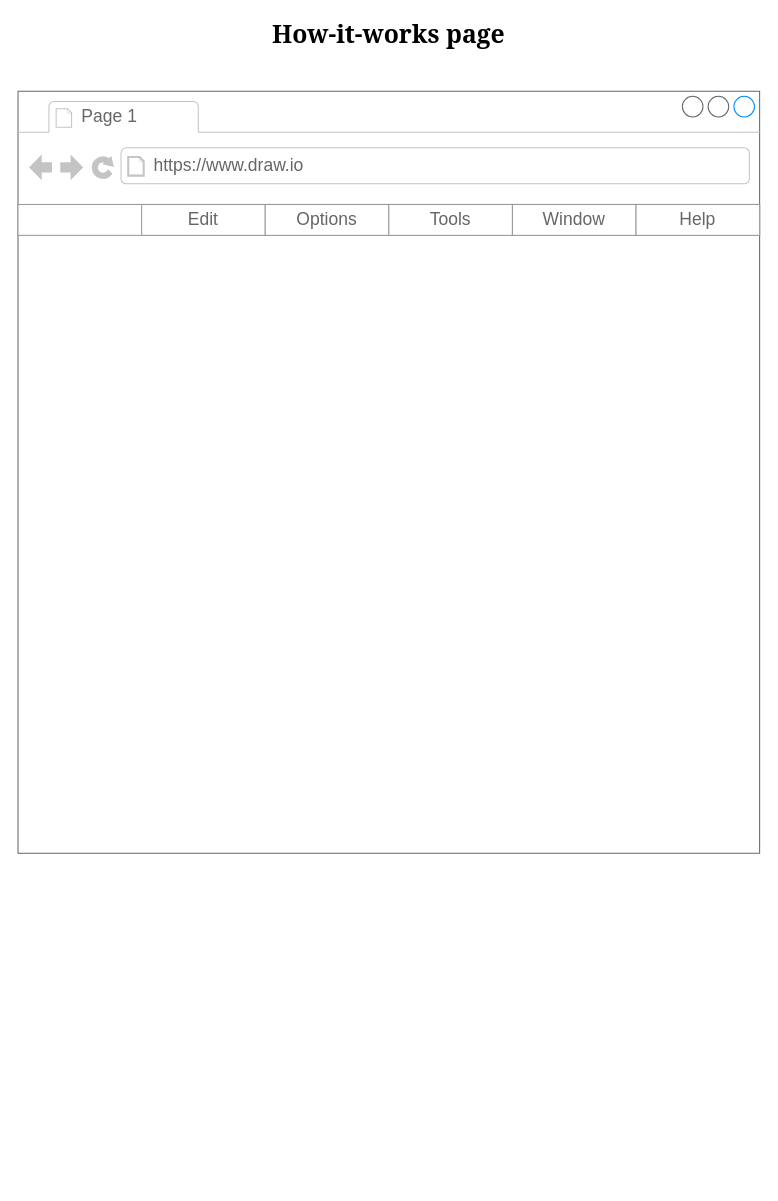
irina-sheveliova/CFG-Job-tracker keeps this draw.io diagram as page "How-it-works" (6 of 6) of Project_Homework/CFG JobFlow Diagram.drawio. Above is the earlier version. Source tidied: cells renumbered, new cells numbered last; positions are measured from the earlier drawing's top-left corner, leaving out a move shared by most shapes. Both pictures are drawn from the tidied source at 103%, with x=0, y=0 at pixel (18, 19).
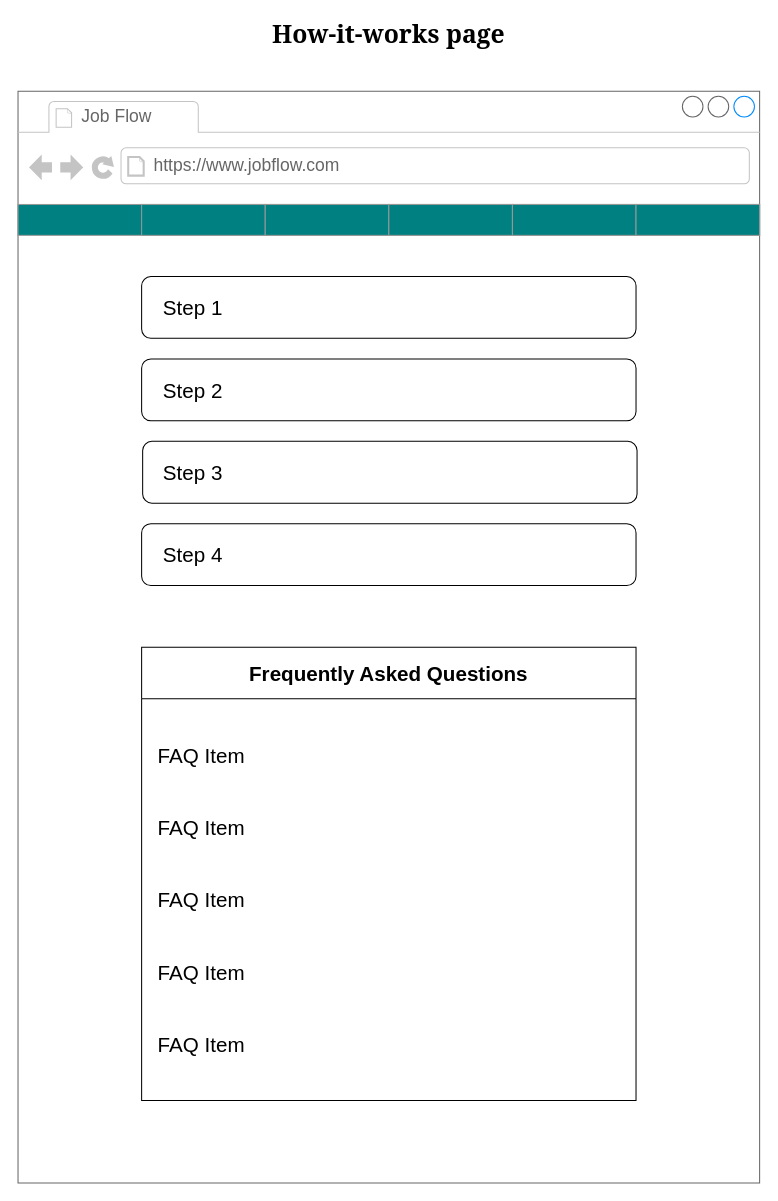
The same page after the edit.

The edit, as a diff of the source:
```diff
@@
     <mxCell id="2" style="strokeWidth=1;shadow=0;dashed=0;align=center;html=1;shape=mxgraph.mockup.containers.browserWindow;rSize=0;strokeColor=#666666;strokeColor2=#008cff;strokeColor3=#c4c4c4;mainText=,;" parent="1" vertex="1">
-      <mxGeometry y="70" width="720" height="740" as="geometry" />
+      <mxGeometry y="70" width="720" height="1060" as="geometry" />
     </mxCell>
-    <mxCell id="3" value="Page 1" style="strokeWidth=1;shadow=0;dashed=0;align=center;html=1;shape=mxgraph.mockup.containers.anchor;fontSize=17;fontColor=#666666;align=left;whiteSpace=wrap;" parent="2" vertex="1">
+    <mxCell id="3" value="Job Flow" style="strokeWidth=1;shadow=0;dashed=0;align=center;html=1;shape=mxgraph.mockup.containers.anchor;fontSize=17;fontColor=#666666;align=left;whiteSpace=wrap;" parent="2" vertex="1">
       <mxGeometry x="60" y="12" width="110" height="26" as="geometry" />
     </mxCell>
-    <mxCell id="4" value="https://www.draw.io" style="strokeWidth=1;shadow=0;dashed=0;align=center;html=1;shape=mxgraph.mockup.containers.anchor;rSize=0;fontSize=17;fontColor=#666666;align=left;" parent="2" vertex="1">
+    <mxCell id="4" value="https://www.jobflow.com" style="strokeWidth=1;shadow=0;dashed=0;align=center;html=1;shape=mxgraph.mockup.containers.anchor;rSize=0;fontSize=17;fontColor=#666666;align=left;" parent="2" vertex="1">
       <mxGeometry x="130" y="60" width="250" height="26" as="geometry" />
     </mxCell>
-    <mxCell id="5" style="strokeWidth=1;shadow=0;dashed=0;align=center;html=1;shape=mxgraph.mockup.forms.rrect;rSize=0;strokeColor=#999999;" parent="2" vertex="1">
+    <mxCell id="5" style="strokeWidth=1;shadow=0;dashed=0;align=center;html=1;shape=mxgraph.mockup.forms.rrect;rSize=0;strokeColor=#999999;fillColor=#008080;" parent="2" vertex="1">
       <mxGeometry y="110" width="720" height="30" as="geometry" />
     </mxCell>
-    <mxCell id="6" value="Edit" style="strokeColor=inherit;fillColor=inherit;gradientColor=inherit;strokeWidth=1;shadow=0;dashed=0;align=center;html=1;shape=mxgraph.mockup.forms.rrect;rSize=0;fontSize=17;fontColor=#666666;whiteSpace=wrap;" parent="5" vertex="1">
+    <mxCell id="6" style="strokeColor=inherit;fillColor=inherit;gradientColor=inherit;strokeWidth=1;shadow=0;dashed=0;align=center;html=1;shape=mxgraph.mockup.forms.rrect;rSize=0;fontSize=17;fontColor=#666666;whiteSpace=wrap;" parent="5" vertex="1">
       <mxGeometry x="120" width="120" height="30" as="geometry" />
     </mxCell>
-    <mxCell id="7" value="Options" style="strokeColor=inherit;fillColor=inherit;gradientColor=inherit;strokeWidth=1;shadow=0;dashed=0;align=center;html=1;shape=mxgraph.mockup.forms.rrect;rSize=0;fontSize=17;fontColor=#666666;whiteSpace=wrap;" parent="5" vertex="1">
+    <mxCell id="7" style="strokeColor=inherit;fillColor=inherit;gradientColor=inherit;strokeWidth=1;shadow=0;dashed=0;align=center;html=1;shape=mxgraph.mockup.forms.rrect;rSize=0;fontSize=17;fontColor=#666666;whiteSpace=wrap;" parent="5" vertex="1">
       <mxGeometry x="240" width="120" height="30" as="geometry" />
     </mxCell>
-    <mxCell id="8" value="Tools" style="strokeColor=inherit;fillColor=inherit;gradientColor=inherit;strokeWidth=1;shadow=0;dashed=0;align=center;html=1;shape=mxgraph.mockup.forms.rrect;rSize=0;fontSize=17;fontColor=#666666;whiteSpace=wrap;" parent="5" vertex="1">
+    <mxCell id="8" style="strokeColor=inherit;fillColor=inherit;gradientColor=inherit;strokeWidth=1;shadow=0;dashed=0;align=center;html=1;shape=mxgraph.mockup.forms.rrect;rSize=0;fontSize=17;fontColor=#666666;whiteSpace=wrap;" parent="5" vertex="1">
       <mxGeometry x="360" width="120" height="30" as="geometry" />
     </mxCell>
-    <mxCell id="9" value="Window" style="strokeColor=inherit;fillColor=inherit;gradientColor=inherit;strokeWidth=1;shadow=0;dashed=0;align=center;html=1;shape=mxgraph.mockup.forms.rrect;rSize=0;fontSize=17;fontColor=#666666;whiteSpace=wrap;" parent="5" vertex="1">
+    <mxCell id="9" style="strokeColor=inherit;fillColor=inherit;gradientColor=inherit;strokeWidth=1;shadow=0;dashed=0;align=center;html=1;shape=mxgraph.mockup.forms.rrect;rSize=0;fontSize=17;fontColor=#666666;whiteSpace=wrap;" parent="5" vertex="1">
       <mxGeometry x="480" width="120" height="30" as="geometry" />
     </mxCell>
-    <mxCell id="10" value="Help" style="strokeColor=inherit;fillColor=inherit;gradientColor=inherit;strokeWidth=1;shadow=0;dashed=0;align=center;html=1;shape=mxgraph.mockup.forms.rrect;rSize=0;fontSize=17;fontColor=#666666;whiteSpace=wrap;" parent="5" vertex="1">
+    <mxCell id="10" style="strokeColor=inherit;fillColor=inherit;gradientColor=inherit;strokeWidth=1;shadow=0;dashed=0;align=center;html=1;shape=mxgraph.mockup.forms.rrect;rSize=0;fontSize=17;fontColor=#666666;whiteSpace=wrap;" parent="5" vertex="1">
       <mxGeometry x="600" width="120" height="30" as="geometry" />
     </mxCell>
+    <mxCell id="12" style="rounded=1;whiteSpace=wrap;html=1;" parent="2" vertex="1">
+      <mxGeometry x="120" y="180" width="480" height="60" as="geometry" />
+    </mxCell>
+    <mxCell id="13" style="rounded=1;whiteSpace=wrap;html=1;" parent="2" vertex="1">
+      <mxGeometry x="120" y="260" width="480" height="60" as="geometry" />
+    </mxCell>
+    <mxCell id="14" style="rounded=1;whiteSpace=wrap;html=1;" parent="2" vertex="1">
+      <mxGeometry x="121" y="340" width="480" height="60" as="geometry" />
+    </mxCell>
+    <mxCell id="15" style="rounded=1;whiteSpace=wrap;html=1;" parent="2" vertex="1">
+      <mxGeometry x="120" y="420" width="480" height="60" as="geometry" />
+    </mxCell>
+    <mxCell id="16" value="Step 1" style="text;html=1;strokeColor=none;fillColor=none;align=center;verticalAlign=middle;whiteSpace=wrap;rounded=0;fontSize=20;" parent="2" vertex="1">
+      <mxGeometry x="140" y="195" width="60" height="30" as="geometry" />
+    </mxCell>
+    <mxCell id="17" value="&lt;font style=&quot;font-size: 20px;&quot;&gt;Step 2&lt;/font&gt;" style="text;html=1;strokeColor=none;fillColor=none;align=center;verticalAlign=middle;whiteSpace=wrap;rounded=0;" parent="2" vertex="1">
+      <mxGeometry x="140" y="275" width="60" height="30" as="geometry" />
+    </mxCell>
+    <mxCell id="18" value="&lt;font style=&quot;font-size: 20px;&quot;&gt;Step 3&lt;/font&gt;" style="text;html=1;strokeColor=none;fillColor=none;align=center;verticalAlign=middle;whiteSpace=wrap;rounded=0;" parent="2" vertex="1">
+      <mxGeometry x="140" y="355" width="60" height="30" as="geometry" />
+    </mxCell>
+    <mxCell id="19" value="&lt;font style=&quot;font-size: 20px;&quot;&gt;Step 4&lt;/font&gt;" style="text;html=1;strokeColor=none;fillColor=none;align=center;verticalAlign=middle;whiteSpace=wrap;rounded=0;" parent="2" vertex="1">
+      <mxGeometry x="140" y="435" width="60" height="30" as="geometry" />
+    </mxCell>
+    <mxCell id="20" value="&lt;font style=&quot;font-size: 20px;&quot;&gt;Frequently Asked Questions&lt;/font&gt;" style="swimlane;whiteSpace=wrap;html=1;startSize=50;" parent="2" vertex="1">
+      <mxGeometry x="120" y="540" width="480" height="440" as="geometry" />
+    </mxCell>
+    <mxCell id="21" value="&lt;font style=&quot;font-size: 20px;&quot;&gt;FAQ Item&lt;/font&gt;" style="text;strokeColor=none;fillColor=none;align=left;verticalAlign=middle;spacingLeft=4;spacingRight=4;overflow=hidden;whiteSpace=wrap;html=1;" parent="20" vertex="1">
+      <mxGeometry x="10" y="90" width="140" height="30" as="geometry" />
+    </mxCell>
+    <mxCell id="22" value="&lt;font style=&quot;font-size: 20px;&quot;&gt;FAQ Item&lt;/font&gt;" style="text;strokeColor=none;fillColor=none;align=left;verticalAlign=middle;spacingLeft=4;spacingRight=4;overflow=hidden;whiteSpace=wrap;html=1;" parent="20" vertex="1">
+      <mxGeometry x="10" y="160" width="130" height="30" as="geometry" />
+    </mxCell>
+    <mxCell id="23" value="&lt;font style=&quot;font-size: 20px;&quot;&gt;FAQ Item&lt;/font&gt;" style="text;strokeColor=none;fillColor=none;align=left;verticalAlign=middle;spacingLeft=4;spacingRight=4;overflow=hidden;whiteSpace=wrap;html=1;" parent="20" vertex="1">
+      <mxGeometry x="10" y="230" width="110" height="30" as="geometry" />
+    </mxCell>
+    <mxCell id="24" value="&lt;font style=&quot;font-size: 20px;&quot;&gt;FAQ Item&lt;/font&gt;" style="text;strokeColor=none;fillColor=none;align=left;verticalAlign=middle;spacingLeft=4;spacingRight=4;overflow=hidden;whiteSpace=wrap;html=1;" parent="20" vertex="1">
+      <mxGeometry x="10" y="300" width="110" height="30" as="geometry" />
+    </mxCell>
+    <mxCell id="25" value="&lt;font style=&quot;font-size: 20px;&quot;&gt;FAQ Item&lt;/font&gt;" style="text;strokeColor=none;fillColor=none;align=left;verticalAlign=middle;spacingLeft=4;spacingRight=4;overflow=hidden;whiteSpace=wrap;html=1;" parent="20" vertex="1">
+      <mxGeometry x="10" y="370" width="110" height="30" as="geometry" />
+    </mxCell>
```
